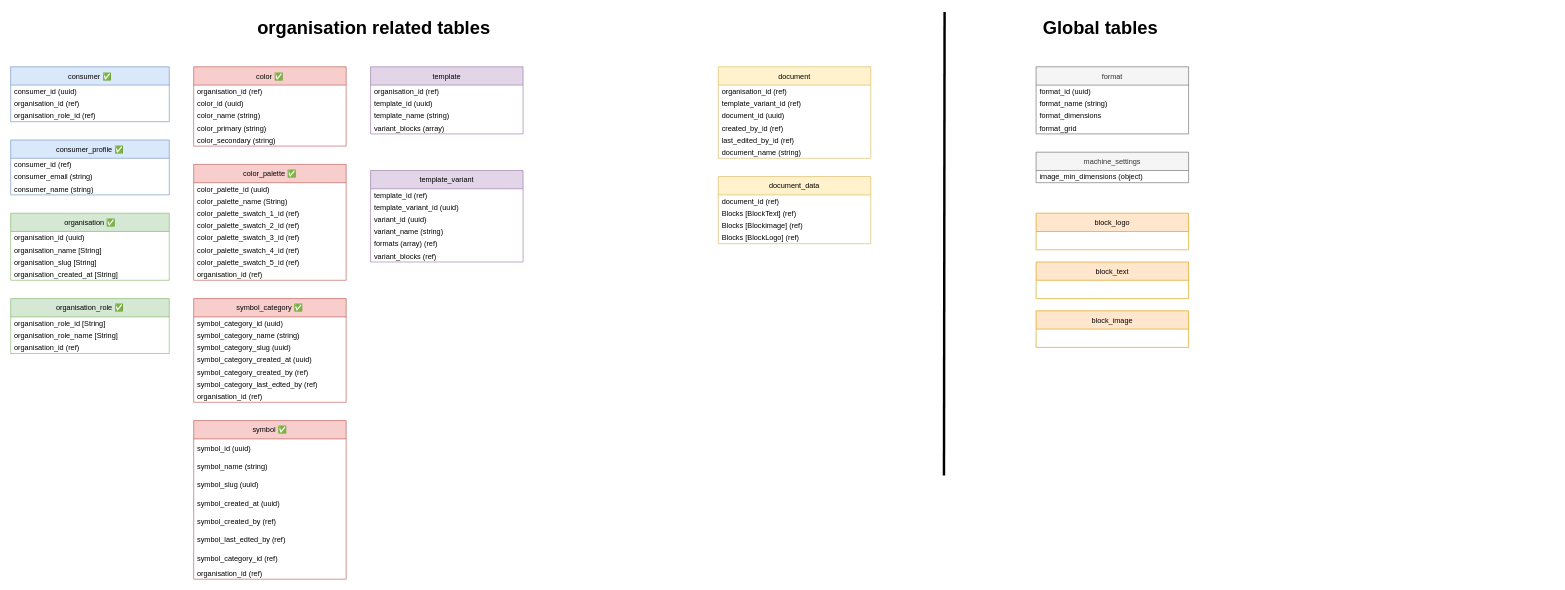
Before: page "Page-2" (2 of 2) of root/DesignmaskinCurrent2.drawio in dreamyguy/drawio, a draw.io diagram. Source tidied: cells renumbered, new cells numbered last; positions are measured from the earlier drawing's top-left corner, leaving out a move shared by most shapes. Both pictures are drawn from the tidied source at 61%, with x=0, y=0 at pixel (10, 12).
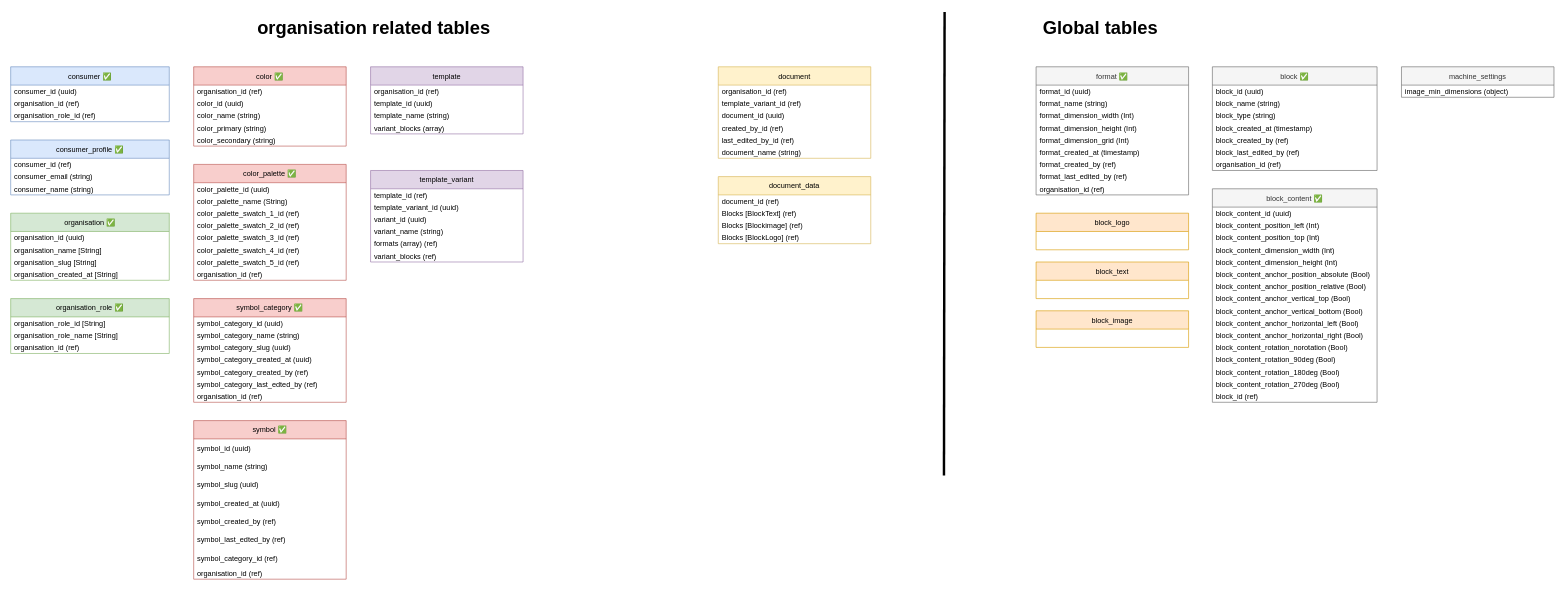
The same diagram, later.

Change to the diagram source:
```diff
@@
-    <mxCell id="49" value="format" style="swimlane;fontStyle=0;horizontal=1;startSize=30;fillColor=#f5f5f5;strokeColor=#666666;fontColor=#333333;" parent="1" vertex="1">
-      <mxGeometry x="1681" y="90" width="250" height="110" as="geometry" />
+    <mxCell id="49" value="format ✅" style="swimlane;fontStyle=0;horizontal=1;startSize=30;fillColor=#f5f5f5;strokeColor=#666666;fontColor=#333333;" parent="1" vertex="1">
+      <mxGeometry x="1681" y="90" width="250" height="210" as="geometry" />
     </mxCell>
@@
-    <mxCell id="52" value="format_dimensions" style="text;strokeColor=none;fillColor=none;align=left;verticalAlign=middle;spacingLeft=4;spacingRight=4;overflow=hidden;spacing=2;" parent="49" vertex="1">
+    <mxCell id="52" value="format_dimension_width (Int)" style="text;strokeColor=none;fillColor=none;align=left;verticalAlign=middle;spacingLeft=4;spacingRight=4;overflow=hidden;spacing=2;" parent="49" vertex="1">
       <mxGeometry y="70" width="250" height="20" as="geometry" />
     </mxCell>
+    <mxCell id="88" value="format_dimension_height (Int)" style="text;strokeColor=none;fillColor=none;align=left;verticalAlign=middle;spacingLeft=4;spacingRight=4;overflow=hidden;spacing=2;" parent="49" vertex="1">
+      <mxGeometry y="90" width="250" height="20" as="geometry" />
+    </mxCell>
+    <mxCell id="89" value="format_dimension_grid (Int)" style="text;strokeColor=none;fillColor=none;align=left;verticalAlign=middle;spacingLeft=4;spacingRight=4;overflow=hidden;spacing=2;" parent="49" vertex="1">
+      <mxGeometry y="110" width="250" height="20" as="geometry" />
+    </mxCell>
-    <mxCell id="53" value="format_grid" style="text;strokeColor=none;fillColor=none;align=left;verticalAlign=middle;spacingLeft=4;spacingRight=4;overflow=hidden;spacing=2;" parent="49" vertex="1">
-      <mxGeometry y="90" width="250" height="20" as="geometry" />
+    <mxCell id="53" value="format_created_at (timestamp)" style="text;strokeColor=none;fillColor=none;align=left;verticalAlign=middle;spacingLeft=4;spacingRight=4;overflow=hidden;spacing=2;" parent="49" vertex="1">
+      <mxGeometry y="130" width="250" height="20" as="geometry" />
     </mxCell>
+    <mxCell id="90" value="format_created_by (ref)" style="text;strokeColor=none;fillColor=none;align=left;verticalAlign=middle;spacingLeft=4;spacingRight=4;overflow=hidden;spacing=2;" parent="49" vertex="1">
+      <mxGeometry y="150" width="250" height="20" as="geometry" />
+    </mxCell>
+    <mxCell id="91" value="format_last_edited_by (ref)" style="text;strokeColor=none;fillColor=none;align=left;verticalAlign=middle;spacingLeft=4;spacingRight=4;overflow=hidden;spacing=2;" parent="49" vertex="1">
+      <mxGeometry y="170" width="250" height="20" as="geometry" />
+    </mxCell>
+    <mxCell id="92" value="organisation_id (ref)" style="text;strokeColor=none;fillColor=none;align=left;verticalAlign=middle;spacingLeft=4;spacingRight=4;overflow=hidden;spacing=2;" parent="49" vertex="1">
+      <mxGeometry y="190" width="250" height="20" as="geometry" />
+    </mxCell>
     <mxCell id="54" value="machine_settings" style="swimlane;fontStyle=0;horizontal=1;startSize=30;fillColor=#f5f5f5;strokeColor=#666666;fontColor=#333333;" parent="1" vertex="1">
-      <mxGeometry x="1681" y="230" width="250" height="50" as="geometry" />
+      <mxGeometry x="2280" y="90" width="250" height="50" as="geometry" />
     </mxCell>
@@
+    <mxCell id="93" value="block ✅" style="swimlane;fontStyle=0;horizontal=1;startSize=30;fillColor=#f5f5f5;strokeColor=#666666;fontColor=#333333;" parent="1" vertex="1">
+      <mxGeometry x="1970" y="90" width="270" height="170" as="geometry" />
+    </mxCell>
+    <mxCell id="94" value="block_id (uuid)" style="text;strokeColor=none;fillColor=none;align=left;verticalAlign=middle;spacingLeft=4;spacingRight=4;overflow=hidden;spacing=2;" parent="93" vertex="1">
+      <mxGeometry y="30" width="270" height="20" as="geometry" />
+    </mxCell>
+    <mxCell id="95" value="block_name (string)" style="text;strokeColor=none;fillColor=none;align=left;verticalAlign=middle;spacingLeft=4;spacingRight=4;overflow=hidden;fontColor=default;" parent="93" vertex="1">
+      <mxGeometry y="50" width="270" height="20" as="geometry" />
+    </mxCell>
+    <mxCell id="96" value="block_type (string)" style="text;strokeColor=none;fillColor=none;align=left;verticalAlign=middle;spacingLeft=4;spacingRight=4;overflow=hidden;fontColor=default;" parent="93" vertex="1">
+      <mxGeometry y="70" width="270" height="20" as="geometry" />
+    </mxCell>
+    <mxCell id="97" value="block_created_at (timestamp)" style="text;strokeColor=none;fillColor=none;align=left;verticalAlign=middle;spacingLeft=4;spacingRight=4;overflow=hidden;spacing=2;" parent="93" vertex="1">
+      <mxGeometry y="90" width="270" height="20" as="geometry" />
+    </mxCell>
+    <mxCell id="98" value="block_created_by (ref)" style="text;strokeColor=none;fillColor=none;align=left;verticalAlign=middle;spacingLeft=4;spacingRight=4;overflow=hidden;spacing=2;" parent="93" vertex="1">
+      <mxGeometry y="110" width="270" height="20" as="geometry" />
+    </mxCell>
+    <mxCell id="99" value="block_last_edited_by (ref)" style="text;strokeColor=none;fillColor=none;align=left;verticalAlign=middle;spacingLeft=4;spacingRight=4;overflow=hidden;spacing=2;" parent="93" vertex="1">
+      <mxGeometry y="130" width="270" height="20" as="geometry" />
+    </mxCell>
+    <mxCell id="100" value="organisation_id (ref)" style="text;strokeColor=none;fillColor=none;align=left;verticalAlign=middle;spacingLeft=4;spacingRight=4;overflow=hidden;spacing=2;" parent="93" vertex="1">
+      <mxGeometry y="150" width="270" height="20" as="geometry" />
+    </mxCell>
+    <mxCell id="101" value="block_content ✅" style="swimlane;fontStyle=0;horizontal=1;startSize=30;fillColor=#f5f5f5;strokeColor=#666666;fontColor=#333333;" parent="1" vertex="1">
+      <mxGeometry x="1970" y="290" width="270" height="350" as="geometry" />
+    </mxCell>
+    <mxCell id="102" value="block_content_id (uuid)" style="text;strokeColor=none;fillColor=none;align=left;verticalAlign=middle;spacingLeft=4;spacingRight=4;overflow=hidden;spacing=2;" parent="101" vertex="1">
+      <mxGeometry y="30" width="270" height="20" as="geometry" />
+    </mxCell>
+    <mxCell id="103" value="block_content_position_left (Int)" style="text;strokeColor=none;fillColor=none;align=left;verticalAlign=middle;spacingLeft=4;spacingRight=4;overflow=hidden;fontColor=default;" parent="101" vertex="1">
+      <mxGeometry y="50" width="270" height="20" as="geometry" />
+    </mxCell>
+    <mxCell id="104" value="block_content_position_top (Int)" style="text;strokeColor=none;fillColor=none;align=left;verticalAlign=middle;spacingLeft=4;spacingRight=4;overflow=hidden;fontColor=default;" parent="101" vertex="1">
+      <mxGeometry y="70" width="270" height="20" as="geometry" />
+    </mxCell>
+    <mxCell id="105" value="block_content_dimension_width (Int)" style="text;strokeColor=none;fillColor=none;align=left;verticalAlign=middle;spacingLeft=4;spacingRight=4;overflow=hidden;fontColor=default;" parent="101" vertex="1">
+      <mxGeometry y="90" width="270" height="20" as="geometry" />
+    </mxCell>
+    <mxCell id="106" value="block_content_dimension_height (Int)" style="text;strokeColor=none;fillColor=none;align=left;verticalAlign=middle;spacingLeft=4;spacingRight=4;overflow=hidden;fontColor=default;" parent="101" vertex="1">
+      <mxGeometry y="110" width="270" height="20" as="geometry" />
+    </mxCell>
+    <mxCell id="107" value="block_content_anchor_position_absolute (Bool)" style="text;strokeColor=none;fillColor=none;align=left;verticalAlign=middle;spacingLeft=4;spacingRight=4;overflow=hidden;fontColor=default;" parent="101" vertex="1">
+      <mxGeometry y="130" width="270" height="20" as="geometry" />
+    </mxCell>
+    <mxCell id="108" value="block_content_anchor_position_relative (Bool)" style="text;strokeColor=none;fillColor=none;align=left;verticalAlign=middle;spacingLeft=4;spacingRight=4;overflow=hidden;fontColor=default;" parent="101" vertex="1">
+      <mxGeometry y="150" width="270" height="20" as="geometry" />
+    </mxCell>
+    <mxCell id="109" value="block_content_anchor_vertical_top (Bool)" style="text;strokeColor=none;fillColor=none;align=left;verticalAlign=middle;spacingLeft=4;spacingRight=4;overflow=hidden;fontColor=default;" parent="101" vertex="1">
+      <mxGeometry y="170" width="270" height="20" as="geometry" />
+    </mxCell>
+    <mxCell id="110" value="block_content_anchor_vertical_bottom (Bool)" style="text;strokeColor=none;fillColor=none;align=left;verticalAlign=middle;spacingLeft=4;spacingRight=4;overflow=hidden;fontColor=default;" parent="101" vertex="1">
+      <mxGeometry y="190" width="270" height="20" as="geometry" />
+    </mxCell>
+    <mxCell id="111" value="block_content_anchor_horizontal_left (Bool)" style="text;strokeColor=none;fillColor=none;align=left;verticalAlign=middle;spacingLeft=4;spacingRight=4;overflow=hidden;fontColor=default;" parent="101" vertex="1">
+      <mxGeometry y="210" width="270" height="20" as="geometry" />
+    </mxCell>
+    <mxCell id="112" value="block_content_anchor_horizontal_right (Bool)" style="text;strokeColor=none;fillColor=none;align=left;verticalAlign=middle;spacingLeft=4;spacingRight=4;overflow=hidden;fontColor=default;" parent="101" vertex="1">
+      <mxGeometry y="230" width="270" height="20" as="geometry" />
+    </mxCell>
+    <mxCell id="113" value="block_content_rotation_norotation (Bool)" style="text;strokeColor=none;fillColor=none;align=left;verticalAlign=middle;spacingLeft=4;spacingRight=4;overflow=hidden;fontColor=default;" parent="101" vertex="1">
+      <mxGeometry y="250" width="270" height="20" as="geometry" />
+    </mxCell>
+    <mxCell id="114" value="block_content_rotation_90deg (Bool)" style="text;strokeColor=none;fillColor=none;align=left;verticalAlign=middle;spacingLeft=4;spacingRight=4;overflow=hidden;fontColor=default;" parent="101" vertex="1">
+      <mxGeometry y="270" width="270" height="20" as="geometry" />
+    </mxCell>
+    <mxCell id="115" value="block_content_rotation_180deg (Bool)" style="text;strokeColor=none;fillColor=none;align=left;verticalAlign=middle;spacingLeft=4;spacingRight=4;overflow=hidden;fontColor=default;" parent="101" vertex="1">
+      <mxGeometry y="290" width="270" height="20" as="geometry" />
+    </mxCell>
+    <mxCell id="116" value="block_content_rotation_270deg (Bool)" style="text;strokeColor=none;fillColor=none;align=left;verticalAlign=middle;spacingLeft=4;spacingRight=4;overflow=hidden;fontColor=default;" parent="101" vertex="1">
+      <mxGeometry y="310" width="270" height="20" as="geometry" />
+    </mxCell>
+    <mxCell id="117" value="block_id (ref)" style="text;strokeColor=none;fillColor=none;align=left;verticalAlign=middle;spacingLeft=4;spacingRight=4;overflow=hidden;fontColor=default;" parent="101" vertex="1">
+      <mxGeometry y="330" width="270" height="20" as="geometry" />
+    </mxCell>
```
